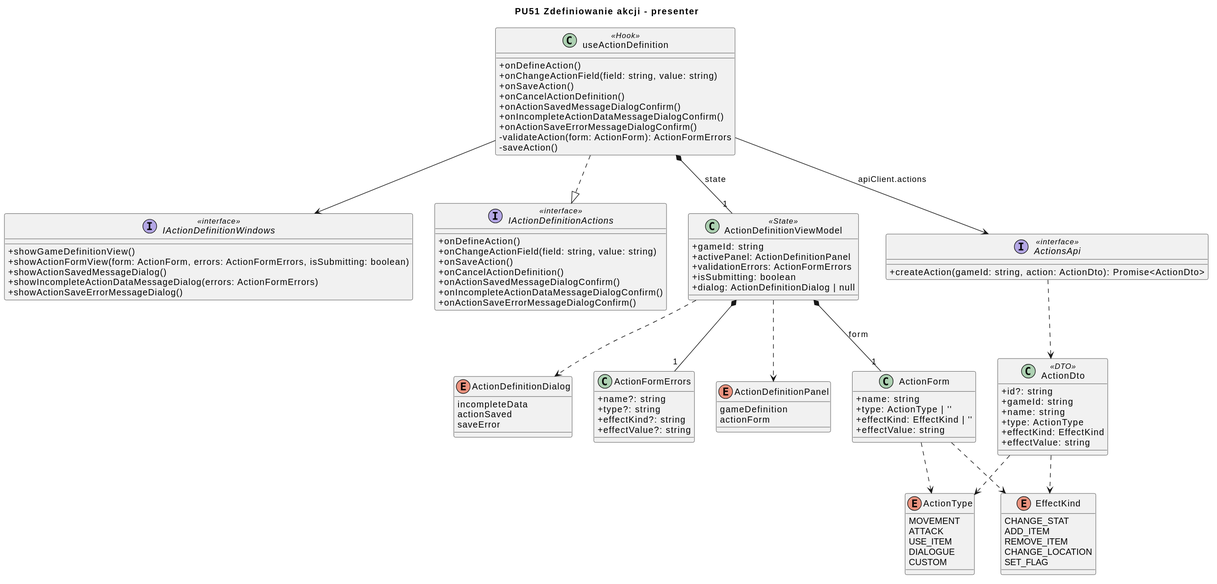
The PlantUML diagram diagrams/frontend/rendered/action-definition-presenter.svg in Igor-Ochocki/POP-2026Z, before a commit.
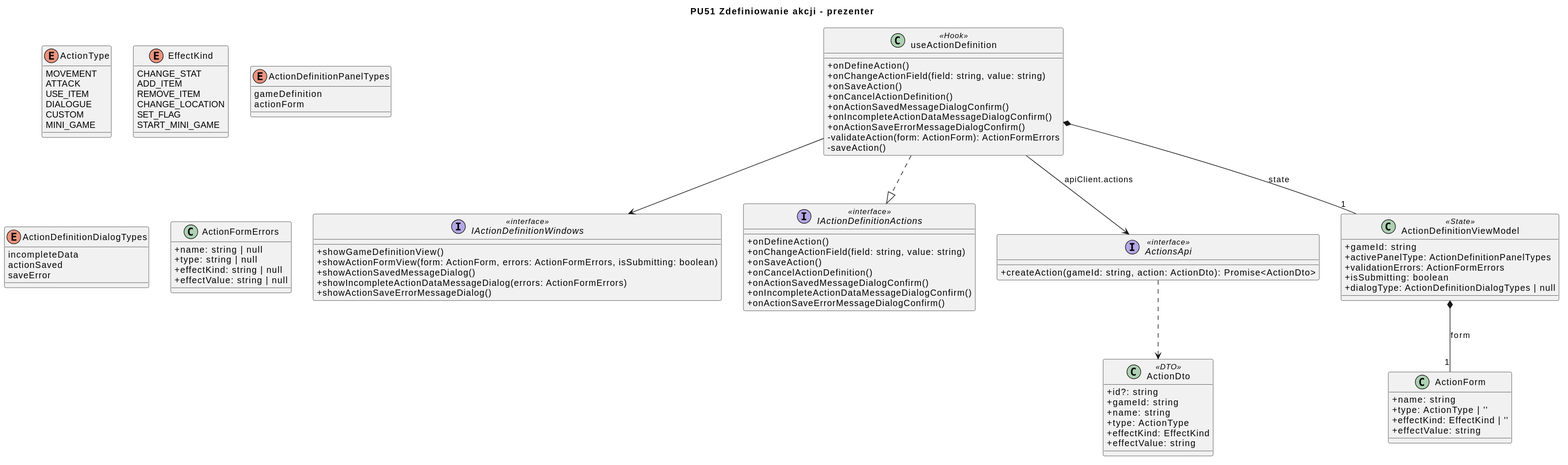
Above is the later version.

Commit message:
Changed PU51 presenter diagram

What changed in the source:
```diff
@@ -1,5 +1,5 @@
 @startuml
-title PU51 Zdefiniowanie akcji - presenter
+title PU51 Zdefiniowanie akcji - prezenter
 
 skinparam classAttributeIconSize 0
 skinparam shadowing false
@@ -28,6 +28,7 @@
   USE_ITEM
   DIALOGUE
   CUSTOM
+  MINI_GAME
 }
 
 enum EffectKind {
@@ -36,20 +37,19 @@
   REMOVE_ITEM
   CHANGE_LOCATION
   SET_FLAG
+  START_MINI_GAME
 }
 
-enum ActionDefinitionPanel {
+enum ActionDefinitionPanelTypes {
   gameDefinition
   actionForm
 }
 
-enum ActionDefinitionDialog {
+enum ActionDefinitionDialogTypes {
   incompleteData
   actionSaved
   saveError
 }
-
-
 
 class useActionDefinition <<Hook>> {
   +onDefineAction()
@@ -69,10 +69,10 @@
 
 class ActionDefinitionViewModel <<State>> {
   +gameId: string
-  +activePanel: ActionDefinitionPanel
+  +activePanelType: ActionDefinitionPanelTypes
   +validationErrors: ActionFormErrors
   +isSubmitting: boolean
-  +dialog: ActionDefinitionDialog | null
+  +dialogType: ActionDefinitionDialogTypes | null
 }
 
 class ActionForm {
@@ -83,10 +83,10 @@
 }
 
 class ActionFormErrors {
-  +name?: string
-  +type?: string
-  +effectKind?: string
-  +effectValue?: string
+  +name: string | null
+  +type: string | null
+  +effectKind: string | null
+  +effectValue: string | null
 }
 
 class ActionDto <<DTO>> {
@@ -104,13 +104,6 @@
 useActionDefinition *-- "1" ActionDefinitionViewModel : state
 
 ActionDefinitionViewModel *-- "1" ActionForm : form
-ActionDefinitionViewModel *-- "1" ActionFormErrors
-ActionDefinitionViewModel ..> ActionDefinitionPanel
-ActionDefinitionViewModel ..> ActionDefinitionDialog
 
-ActionForm ..> ActionType
-ActionForm ..> EffectKind
 ActionsApi ..> ActionDto
-ActionDto ..> ActionType
-ActionDto ..> EffectKind
 @enduml
```
